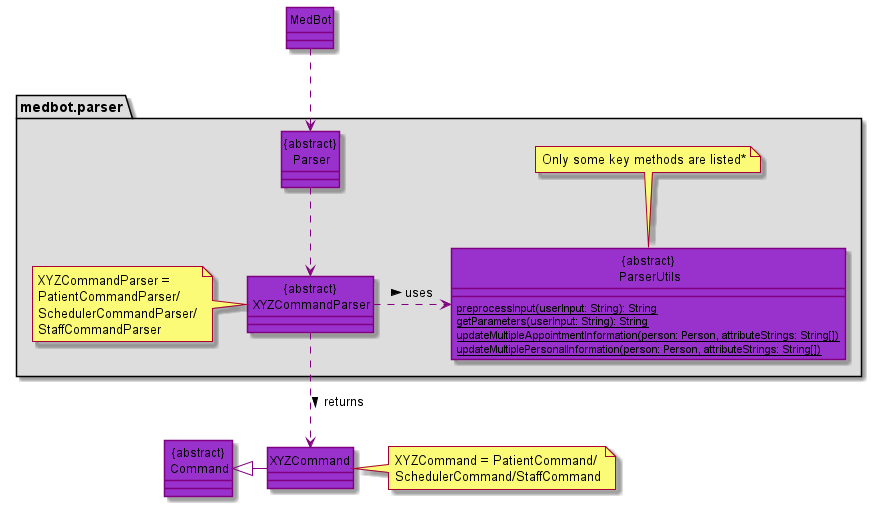
Above: docs/diagrams/ParserClassDiagram.png in nus-cs2113-AY2122S1/tp (PlantUML), before the change.
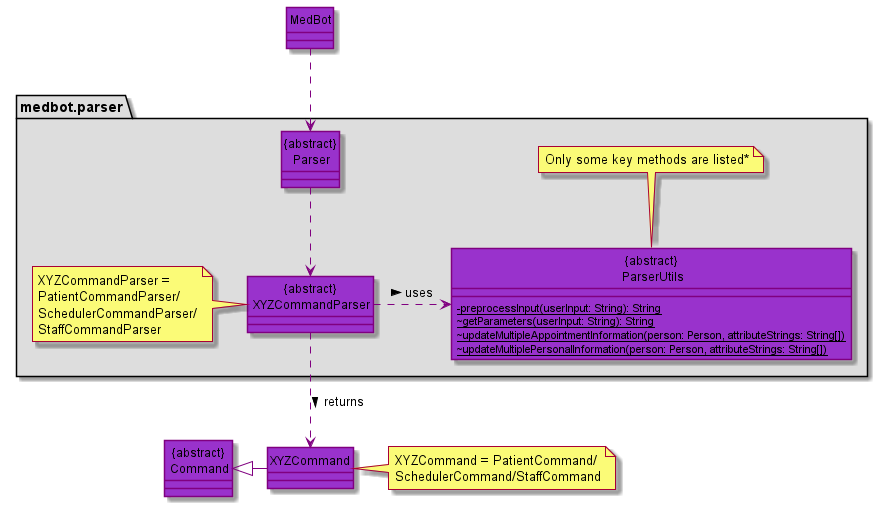
Above is the later version.

Diff of the diagram source:
```diff
@@ -11,10 +11,10 @@
 class "{abstract}\n Parser"
 class "{abstract}\n XYZCommandParser"
 class "{abstract}\n ParserUtils" {
-    {static} preprocessInput(userInput: String): String
-    {static} getParameters(userInput: String): String
-    {static} updateMultipleAppointmentInformation(person: Person, attributeStrings: String[])
-    {static} updateMultiplePersonalInformation(person: Person, attributeStrings: String[])
+    {static} -preprocessInput(userInput: String): String
+    {static} ~getParameters(userInput: String): String
+    {static} ~updateMultipleAppointmentInformation(person: Person, attributeStrings: String[])
+    {static} ~updateMultiplePersonalInformation(person: Person, attributeStrings: String[])
 }
 
 "{abstract}\n Parser" ..> "{abstract}\n XYZCommandParser"
```
